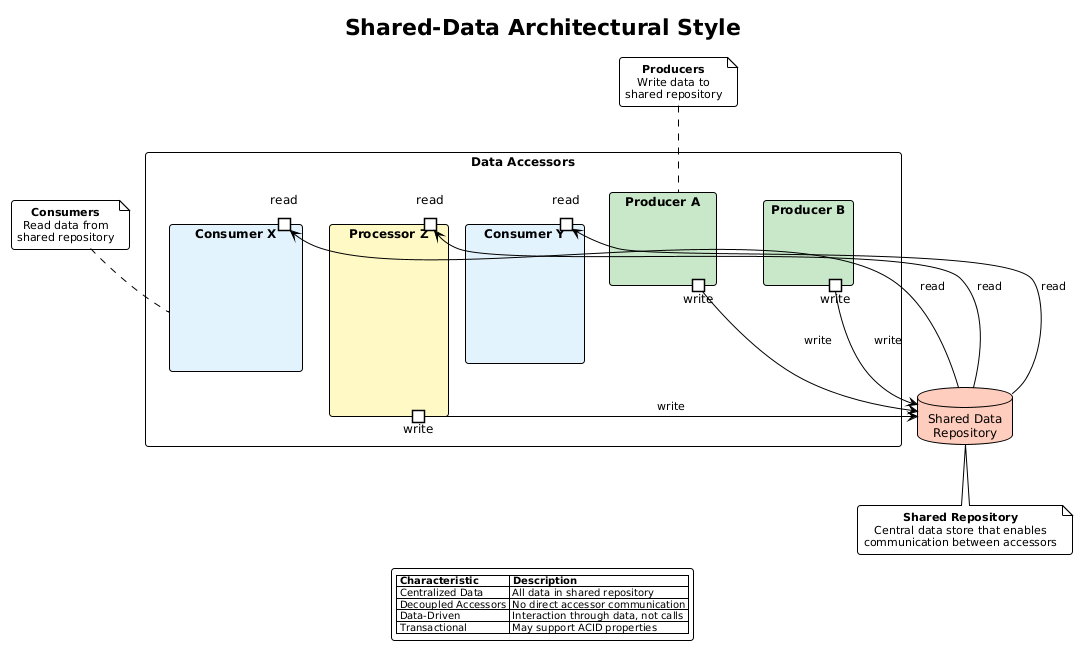
This is src/architecture/views-and-beyond/style-catalogs/component-and-connector/component-and-connector-views/png/08-shared-data-style.png from Notoriousjayy/latex-docs, a PlantUML export, as it was before one commit.
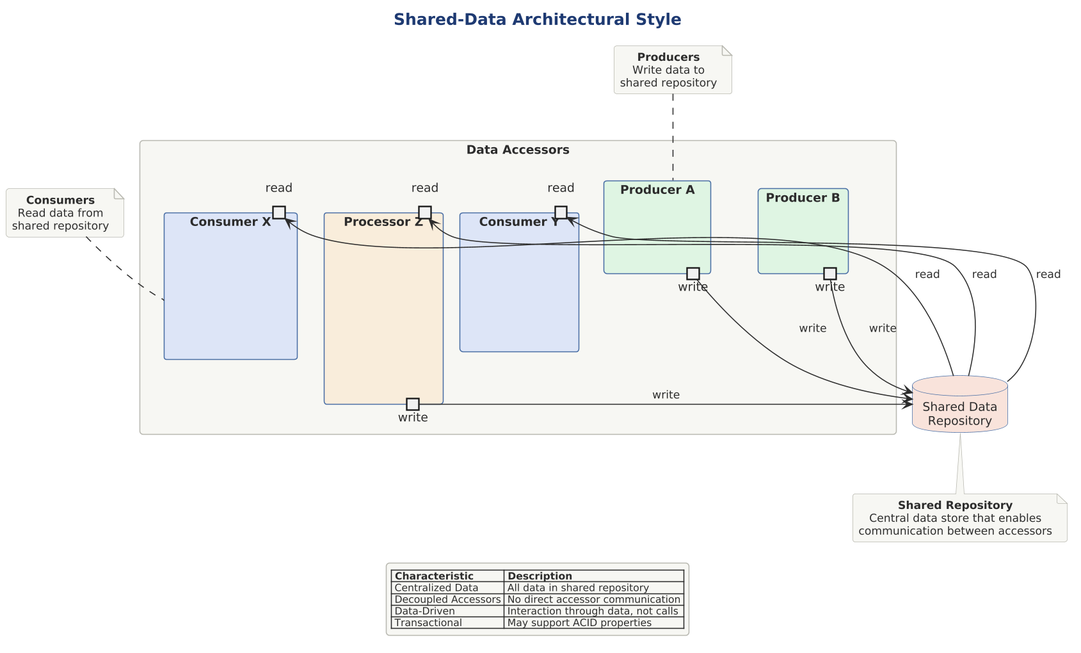
After the change.

Change to the diagram source:
```diff
@@ -1,30 +1,33 @@
 @startuml 08-shared-data-style
+
+skinparam dpi 150
+
+
+
 !include ../../../../../../tooling/styles/plantuml/structural/component-diagram-style.iuml
-
-!theme plain
 
 title Shared-Data Architectural Style
 
 package "Data Accessors" {
-    component "Producer A" as pa #C8E6C9 {
+    component "Producer A" as pa $fill_ok {
         portout "write" as pa_w
     }
-    component "Producer B" as pb #C8E6C9 {
+    component "Producer B" as pb $fill_ok {
         portout "write" as pb_w
     }
-    component "Consumer X" as cx #E3F2FD {
+    component "Consumer X" as cx $fill_primary {
         portin "read" as cx_r
     }
-    component "Consumer Y" as cy #E3F2FD {
+    component "Consumer Y" as cy $fill_primary {
         portin "read" as cy_r
     }
-    component "Processor Z" as pz #FFF9C4 {
+    component "Processor Z" as pz $fill_caution {
         portin "read" as pz_r
         portout "write" as pz_w
     }
 }
 
-database "Shared Data\nRepository" as repo #FFCCBC {
+database "Shared Data\nRepository" as repo $fill_invalid {
 }
 
 pa_w --> repo : write
```
